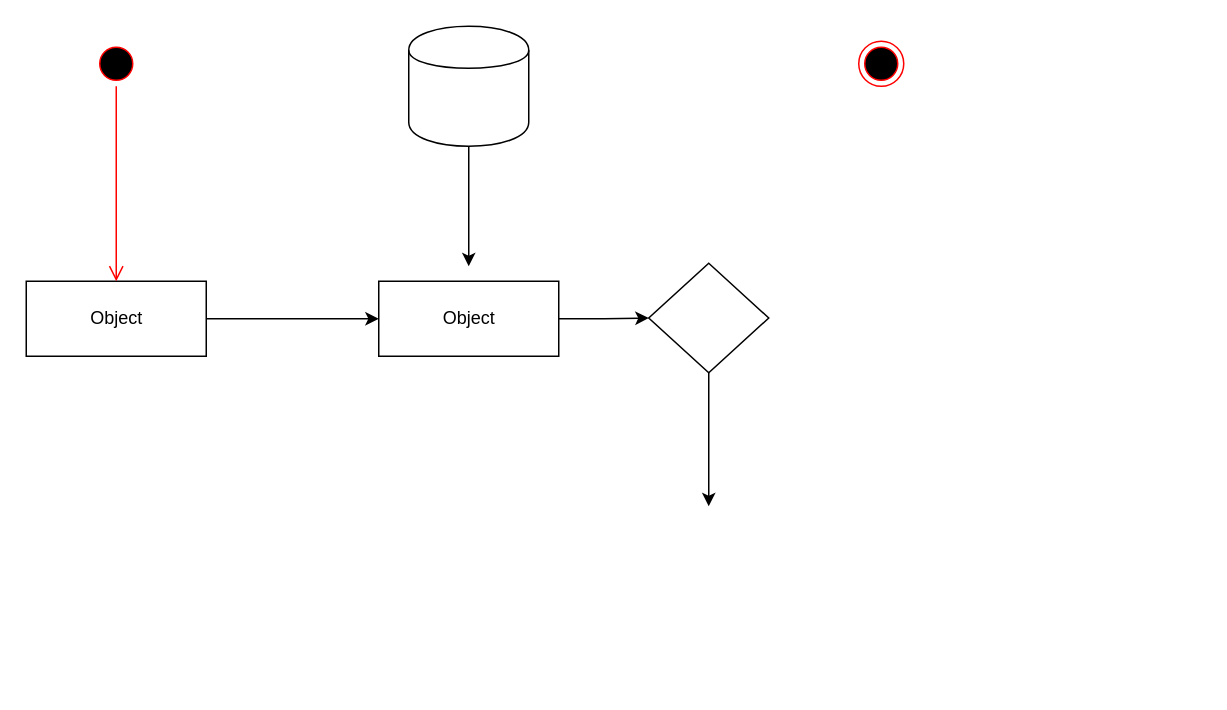
The draw.io diagram page "Page-1" (1 of 3) of Docs/Places.drawio in Matej01/Places, before the edit. Source tidied: cells renumbered, new cells numbered last; positions are measured from the earlier drawing's top-left corner, leaving out a move shared by most shapes. Both pictures are drawn from the tidied source at 150%, with x=0, y=0 at pixel (26, 26).
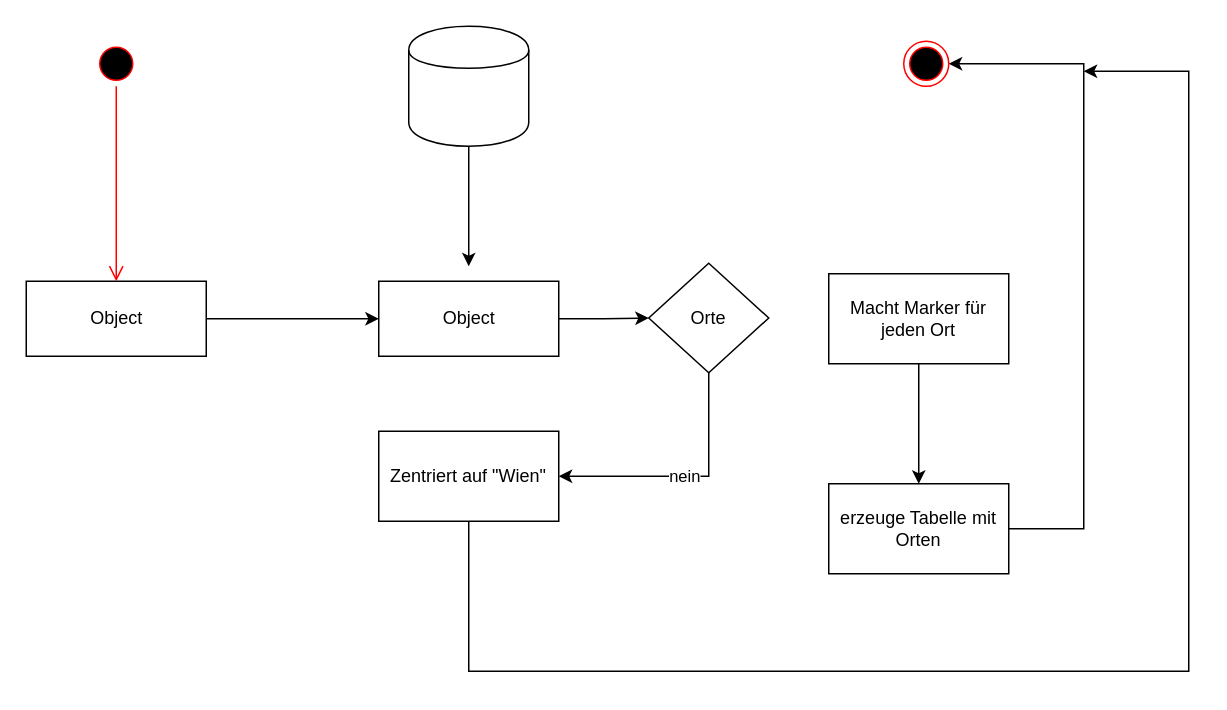
Above is the later version.

The edit, as a diff of the source:
```diff
@@
     <mxCell id="2" style="ellipse;html=1;shape=endState;fillColor=#000000;strokeColor=#ff0000;" parent="1" vertex="1">
-      <mxGeometry x="555" y="10" width="30" height="30" as="geometry" />
+      <mxGeometry x="585" y="10" width="30" height="30" as="geometry" />
     </mxCell>
@@
-    <mxCell id="12" style="edgeStyle=orthogonalEdgeStyle;rounded=0;jettySize=auto;html=1;" parent="1" edge="1" source="13">
-      <mxGeometry relative="1" as="geometry">
-        <mxPoint x="455" y="320" as="targetPoint" />
-        <Array as="points">
-          <mxPoint x="455" y="300" />
-          <mxPoint x="455" y="300" />
-        </Array>
-      </mxGeometry>
-    </mxCell>
+    <mxCell id="14" value="nein" style="edgeStyle=orthogonalEdgeStyle;rounded=0;jettySize=auto;html=1;exitX=0.5;exitY=1;exitDx=0;exitDy=0;entryX=1;entryY=0.5;entryDx=0;entryDy=0;strokeWidth=1;" parent="1" edge="1" source="13" target="16">
+      <mxGeometry relative="1" as="geometry" />
+    </mxCell>
-    <mxCell id="13" style="rhombus;whiteSpace=wrap;html=1;" parent="1" vertex="1">
+    <mxCell id="13" value="Orte" style="rhombus;whiteSpace=wrap;html=1;" parent="1" vertex="1">
       <mxGeometry x="415" y="158" width="80" height="73" as="geometry" />
     </mxCell>
+    <mxCell id="15" style="edgeStyle=orthogonalEdgeStyle;rounded=0;jettySize=auto;html=1;startArrow=none;startFill=0;strokeWidth=1;" parent="1" edge="1" source="16">
+      <mxGeometry relative="1" as="geometry">
+        <mxPoint x="705" y="30" as="targetPoint" />
+        <Array as="points">
+          <mxPoint x="295" y="430" />
+          <mxPoint x="775" y="430" />
+          <mxPoint x="775" y="30" />
+        </Array>
+      </mxGeometry>
+    </mxCell>
+    <mxCell id="16" value="Zentriert auf &quot;Wien&quot;" style="rounded=0;whiteSpace=wrap;html=1;" parent="1" vertex="1">
+      <mxGeometry x="235" y="270" width="120" height="60" as="geometry" />
+    </mxCell>
+    <mxCell id="17" style="edgeStyle=orthogonalEdgeStyle;rounded=0;jettySize=auto;html=1;startArrow=none;startFill=0;strokeWidth=1;" parent="1" edge="1" source="18" target="20">
+      <mxGeometry relative="1" as="geometry" />
+    </mxCell>
+    <mxCell id="18" value="Macht Marker für jeden Ort" style="rounded=0;whiteSpace=wrap;html=1;" parent="1" vertex="1">
+      <mxGeometry x="535" y="165" width="120" height="60" as="geometry" />
+    </mxCell>
+    <mxCell id="19" style="edgeStyle=orthogonalEdgeStyle;rounded=0;jettySize=auto;html=1;startArrow=none;startFill=0;strokeWidth=1;entryX=1;entryY=0.5;entryDx=0;entryDy=0;" parent="1" edge="1" source="20" target="2">
+      <mxGeometry relative="1" as="geometry">
+        <Array as="points">
+          <mxPoint x="705" y="335" />
+          <mxPoint x="705" y="25" />
+        </Array>
+      </mxGeometry>
+    </mxCell>
+    <mxCell id="20" value="erzeuge Tabelle mit Orten" style="rounded=0;whiteSpace=wrap;html=1;" parent="1" vertex="1">
+      <mxGeometry x="535" y="305" width="120" height="60" as="geometry" />
+    </mxCell>
```
